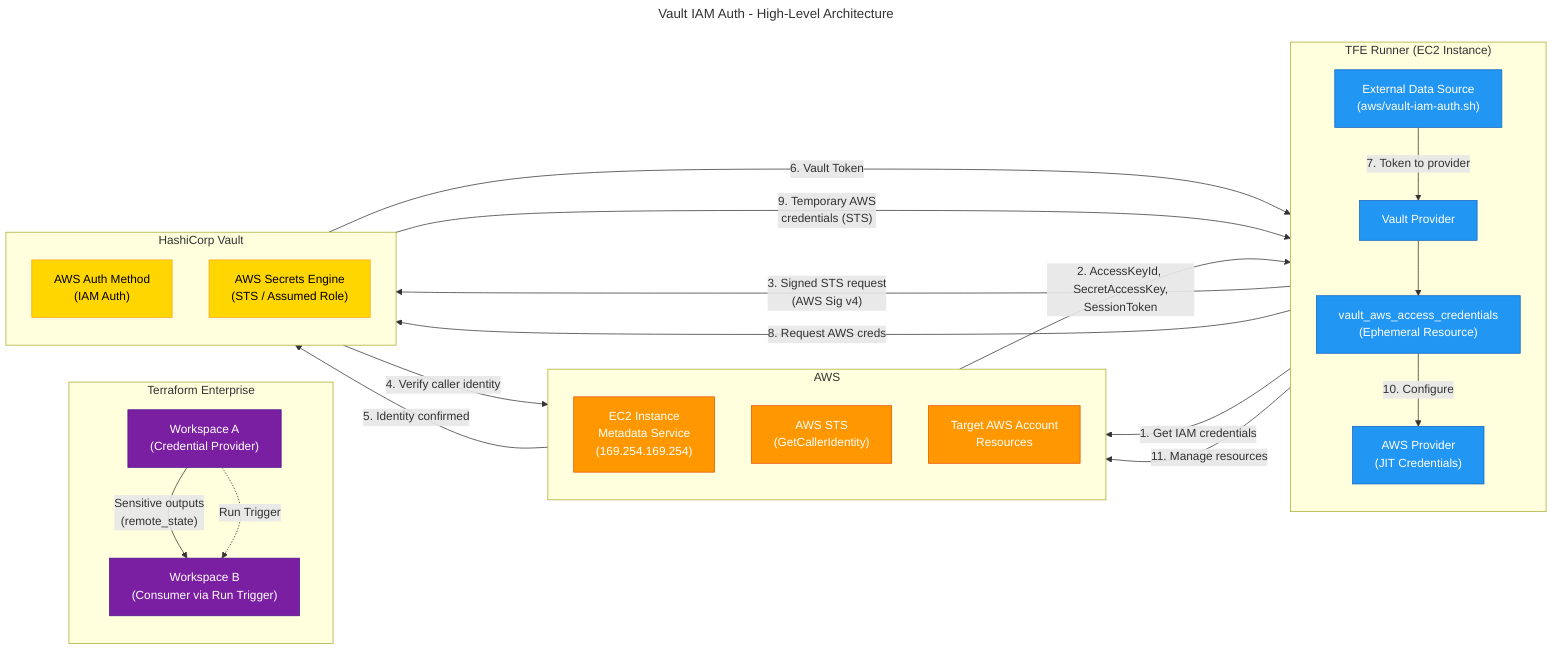
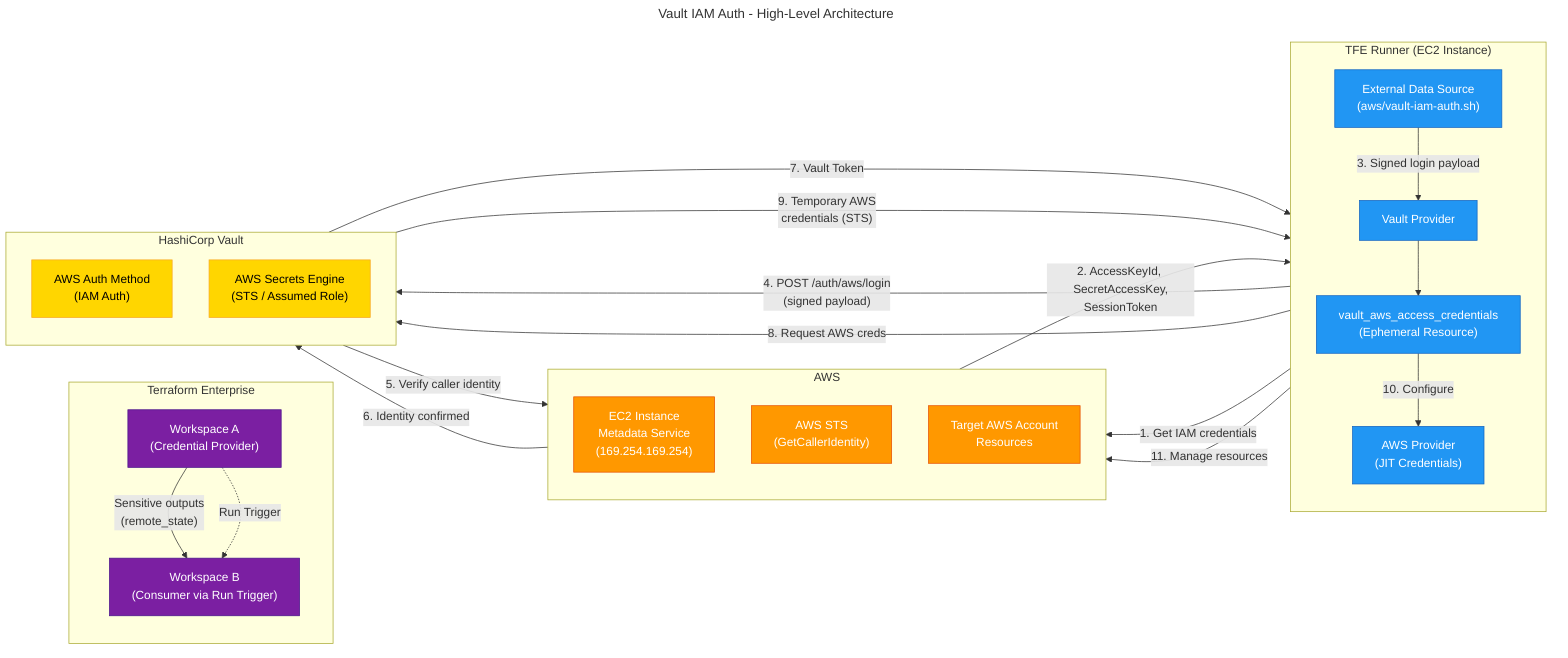
---
title: Vault IAM Auth - High-Level Architecture
---
flowchart LR
    subgraph TFE["Terraform Enterprise"]
        direction TB
        WS1["Workspace A<br/>(Credential Provider)"]
        WS2["Workspace B<br/>(Consumer via Run Trigger)"]
    end

    subgraph EC2["TFE Runner (EC2 Instance)"]
        direction TB
        EXT["External Data Source<br/>(aws/vault-iam-auth.sh)"]
        VP["Vault Provider"]
        EPHEM["vault_aws_access_credentials<br/>(Ephemeral Resource)"]
        AWSP["AWS Provider<br/>(JIT Credentials)"]
    end

    subgraph AWS_Services["AWS"]
        direction TB
        IMDS["EC2 Instance<br/>Metadata Service<br/>(169.254.169.254)"]
        STS["AWS STS<br/>(GetCallerIdentity)"]
        TARGET["Target AWS Account<br/>Resources"]
    end

    subgraph Vault["HashiCorp Vault"]
        direction TB
        AUTH["AWS Auth Method<br/>(IAM Auth)"]
        SECRET["AWS Secrets Engine<br/>(STS / Assumed Role)"]
    end

    %% Primary AWS Flow
    EXT -->|"1. Get IAM credentials"| IMDS
    IMDS -->|"2. AccessKeyId, SecretAccessKey,<br/>SessionToken"| EXT
-     EXT -->|"3. Signed STS request<br/>(AWS Sig v4)"| AUTH
-     AUTH -->|"4. Verify caller identity"| STS
-     STS -->|"5. Identity confirmed"| AUTH
-     AUTH -->|"6. Vault Token"| EXT
-     EXT -->|"7. Token to provider"| VP
+     EXT -->|"3. Signed login payload"| VP
+     VP -->|"4. POST /auth/aws/login<br/>(signed payload)"| AUTH
+     AUTH -->|"5. Verify caller identity"| STS
+     STS -->|"6. Identity confirmed"| AUTH
+     AUTH -->|"7. Vault Token"| VP
    VP --> EPHEM
    EPHEM -->|"8. Request AWS creds"| SECRET
    SECRET -->|"9. Temporary AWS<br/>credentials (STS)"| EPHEM
    EPHEM -->|"10. Configure"| AWSP
    AWSP -->|"11. Manage resources"| TARGET

    %% Cross-workspace flow
    WS1 -->|"Sensitive outputs<br/>(remote_state)"| WS2
    WS1 -.->|"Run Trigger"| WS2

    %% Styling
    classDef primary fill:#2196F3,stroke:#1565C0,color:#fff
    classDef vault fill:#FFD600,stroke:#F9A825,color:#000
    classDef aws fill:#FF9800,stroke:#E65100,color:#fff
    classDef tfe fill:#7B1FA2,stroke:#4A148C,color:#fff

    class EXT,VP,EPHEM,AWSP primary
    class AUTH,SECRET vault
    class IMDS,STS,TARGET aws
    class WS1,WS2 tfe
